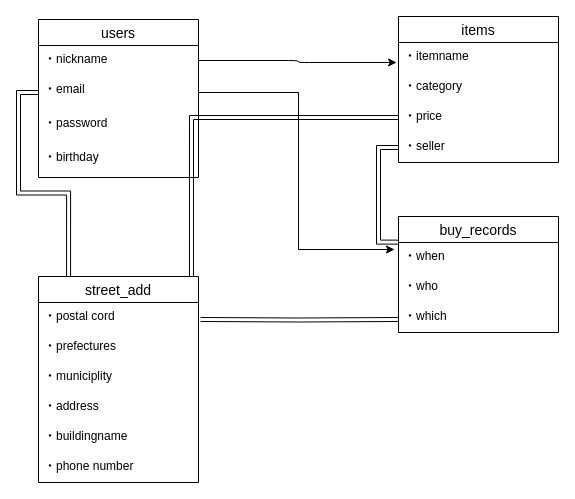
Before: test.dio in kyohei1157/furima-29086, a draw.io diagram. Source tidied: cells renumbered, new cells numbered last; positions are measured from the earlier drawing's top-left corner, leaving out a move shared by most shapes. Both pictures are drawn from the tidied source at 100%, with x=0, y=0 at pixel (38, 16).
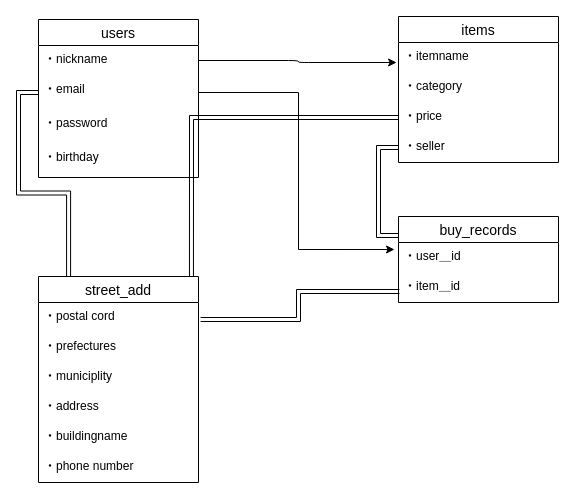
The same diagram, later.

Unchanged cells that the change refers to:
```xml
<mxCell id="20" value="・postal cord" style="text;strokeColor=none;fillColor=none;spacingLeft=4;spacingRight=4;overflow=hidden;points=[[0,0.5],[1,0.5]];portConstraint=eastwest;fontSize=12;" parent="19" vertex="1">
  <mxGeometry y="26" width="160" height="30" as="geometry" />
</mxCell>
```

Change to the diagram source:
```diff
@@
     <mxCell id="7" value="buy_records" style="swimlane;fontStyle=0;horizontal=1;startSize=26;align=center;fontSize=14;" parent="1" vertex="1">
-      <mxGeometry x="360" y="200" width="160" height="116" as="geometry" />
+      <mxGeometry x="360" y="200" width="160" height="86" as="geometry" />
     </mxCell>
-    <mxCell id="8" value="・when" style="text;strokeColor=none;fillColor=none;spacingLeft=4;spacingRight=4;overflow=hidden;points=[[0,0.5],[1,0.5]];portConstraint=eastwest;fontSize=12;" parent="7" vertex="1">
+    <mxCell id="8" value="・user＿id" style="text;strokeColor=none;fillColor=none;spacingLeft=4;spacingRight=4;overflow=hidden;points=[[0,0.5],[1,0.5]];portConstraint=eastwest;fontSize=12;" parent="7" vertex="1">
       <mxGeometry y="26" width="160" height="30" as="geometry" />
     </mxCell>
-    <mxCell id="9" value="・who" style="text;strokeColor=none;fillColor=none;spacingLeft=4;spacingRight=4;overflow=hidden;points=[[0,0.5],[1,0.5]];portConstraint=eastwest;fontSize=12;" parent="7" vertex="1">
+    <mxCell id="9" value="・item＿id" style="text;strokeColor=none;fillColor=none;spacingLeft=4;spacingRight=4;overflow=hidden;points=[[0,0.5],[1,0.5]];portConstraint=eastwest;fontSize=12;" parent="7" vertex="1">
       <mxGeometry y="56" width="160" height="30" as="geometry" />
     </mxCell>
-    <mxCell id="10" value="・which" style="text;strokeColor=none;fillColor=none;spacingLeft=4;spacingRight=4;overflow=hidden;fontSize=12;" parent="7" vertex="1">
-      <mxGeometry y="86" width="160" height="30" as="geometry" />
-    </mxCell>
@@
-    <mxCell id="27" style="edgeStyle=orthogonalEdgeStyle;shape=link;rounded=0;jettySize=auto;html=1;entryX=1.013;entryY=0.567;entryDx=0;entryDy=0;entryPerimeter=0;" parent="1" edge="1" target="20">
-      <mxGeometry relative="1" as="geometry">
-        <mxPoint x="360" y="303" as="sourcePoint" />
-      </mxGeometry>
+    <mxCell id="27" style="edgeStyle=orthogonalEdgeStyle;shape=link;rounded=0;jettySize=auto;html=1;entryX=1.013;entryY=0.567;entryDx=0;entryDy=0;entryPerimeter=0;exitX=0.006;exitY=0.633;exitDx=0;exitDy=0;exitPerimeter=0;" parent="1" edge="1" source="9" target="20">
+      <mxGeometry relative="1" as="geometry" />
     </mxCell>
```
